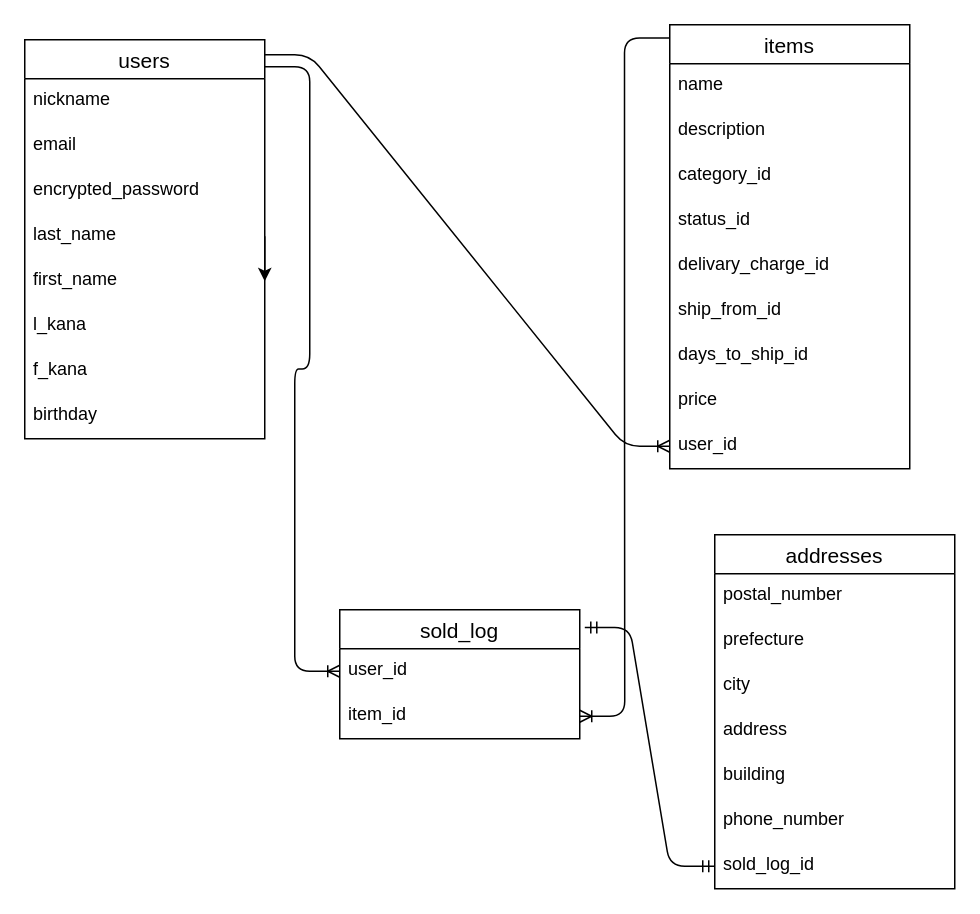
The draw.io diagram ER.dio in koluhei/furima-36227, before the edit. Source tidied: cells renumbered, new cells numbered last; positions are measured from the earlier drawing's top-left corner, leaving out a move shared by most shapes. Both pictures are drawn from the tidied source at 150%, with x=0, y=0 at pixel (24, 24).
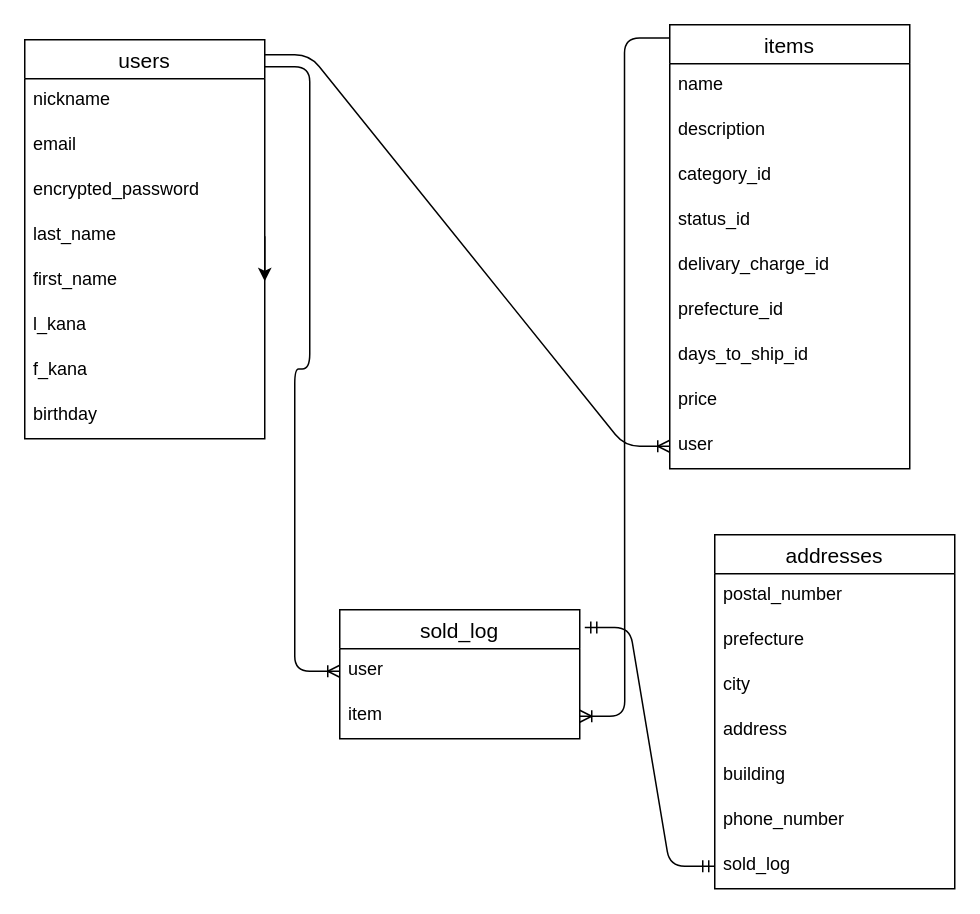
After the change.

Unchanged cells that the change refers to:
```xml
<mxCell id="11" value="items" style="swimlane;fontStyle=0;horizontal=1;startSize=26;align=center;fontSize=14;" parent="1" vertex="1">
  <mxGeometry x="430" width="160" height="296" as="geometry" />
</mxCell>
<mxCell id="21" value="addresses" style="swimlane;fontStyle=0;horizontal=1;startSize=26;align=center;fontSize=14;" parent="1" vertex="1">
  <mxGeometry x="460" y="340" width="160" height="236" as="geometry" />
</mxCell>
<mxCell id="30" value="sold_log" style="swimlane;fontStyle=0;horizontal=1;startSize=26;align=center;fontSize=14;" parent="1" vertex="1">
  <mxGeometry x="210" y="390" width="160" height="86" as="geometry" />
</mxCell>
```

Diff of the diagram source:
```diff
@@
-    <mxCell id="17" value="ship_from_id" style="text;strokeColor=none;fillColor=none;spacingLeft=4;spacingRight=4;overflow=hidden;fontSize=12;" parent="11" vertex="1">
+    <mxCell id="17" value="prefecture_id" style="text;strokeColor=none;fillColor=none;spacingLeft=4;spacingRight=4;overflow=hidden;fontSize=12;" parent="11" vertex="1">
       <mxGeometry y="176" width="160" height="30" as="geometry" />
     </mxCell>
@@
-    <mxCell id="20" value="user_id" style="text;strokeColor=none;fillColor=none;spacingLeft=4;spacingRight=4;overflow=hidden;points=[[0,0.5],[1,0.5]];portConstraint=eastwest;fontSize=12;" parent="11" vertex="1">
+    <mxCell id="20" value="user" style="text;strokeColor=none;fillColor=none;spacingLeft=4;spacingRight=4;overflow=hidden;points=[[0,0.5],[1,0.5]];portConstraint=eastwest;fontSize=12;" parent="11" vertex="1">
       <mxGeometry y="266" width="160" height="30" as="geometry" />
     </mxCell>
@@
-    <mxCell id="28" value="sold_log_id" style="text;strokeColor=none;fillColor=none;spacingLeft=4;spacingRight=4;overflow=hidden;points=[[0,0.5],[1,0.5]];portConstraint=eastwest;fontSize=12;" parent="21" vertex="1">
+    <mxCell id="28" value="sold_log" style="text;strokeColor=none;fillColor=none;spacingLeft=4;spacingRight=4;overflow=hidden;points=[[0,0.5],[1,0.5]];portConstraint=eastwest;fontSize=12;" parent="21" vertex="1">
       <mxGeometry y="206" width="160" height="30" as="geometry" />
     </mxCell>
@@
-    <mxCell id="31" value="user_id" style="text;strokeColor=none;fillColor=none;spacingLeft=4;spacingRight=4;overflow=hidden;points=[[0,0.5],[1,0.5]];portConstraint=eastwest;fontSize=12;" parent="30" vertex="1">
+    <mxCell id="31" value="user" style="text;strokeColor=none;fillColor=none;spacingLeft=4;spacingRight=4;overflow=hidden;points=[[0,0.5],[1,0.5]];portConstraint=eastwest;fontSize=12;" parent="30" vertex="1">
       <mxGeometry y="26" width="160" height="30" as="geometry" />
     </mxCell>
-    <mxCell id="32" value="item_id" style="text;strokeColor=none;fillColor=none;spacingLeft=4;spacingRight=4;overflow=hidden;points=[[0,0.5],[1,0.5]];portConstraint=eastwest;fontSize=12;" parent="30" vertex="1">
+    <mxCell id="32" value="item" style="text;strokeColor=none;fillColor=none;spacingLeft=4;spacingRight=4;overflow=hidden;points=[[0,0.5],[1,0.5]];portConstraint=eastwest;fontSize=12;" parent="30" vertex="1">
       <mxGeometry y="56" width="160" height="30" as="geometry" />
     </mxCell>
```
